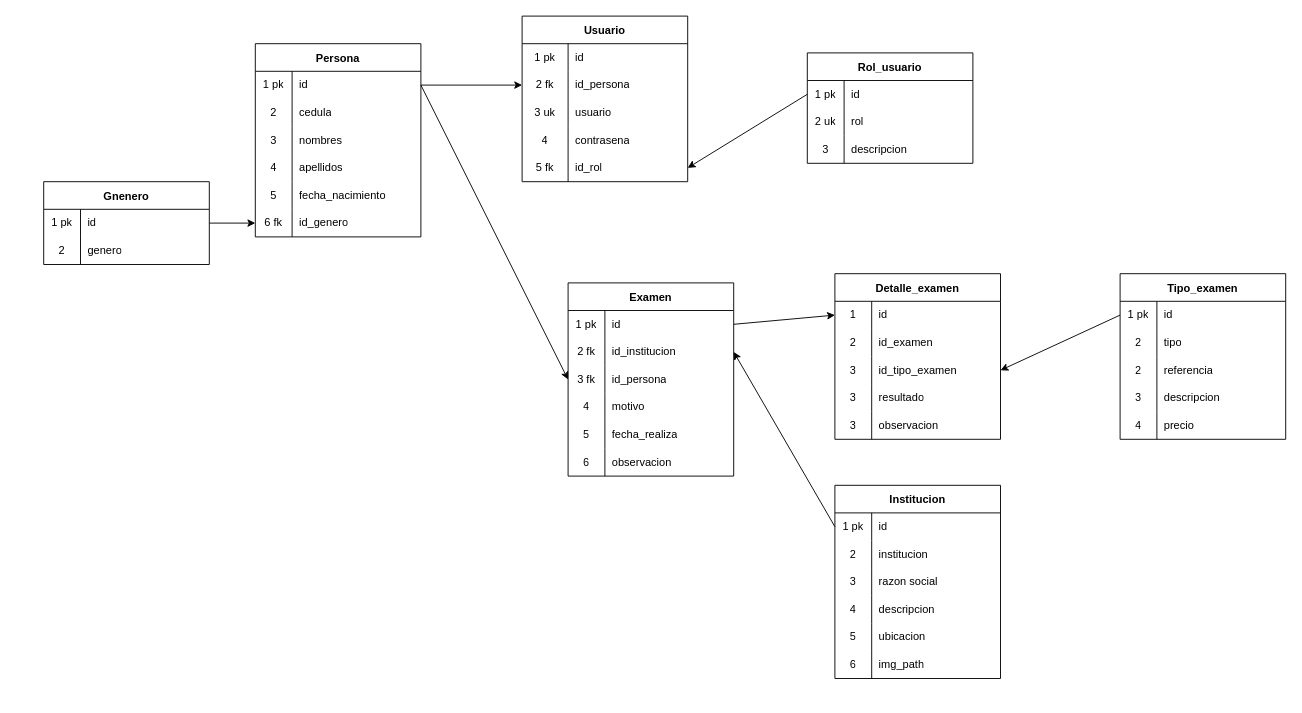
Earlier version of the draw.io diagram diagrama_basedatos.drawio (leninrkb/proyecto-web-resultados-medicos). Source tidied: cells renumbered, new cells numbered last; positions are measured from the earlier drawing's top-left corner, leaving out a move shared by most shapes. Both pictures are drawn from the tidied source at 92%, with x=0, y=0 at pixel (43, 16).
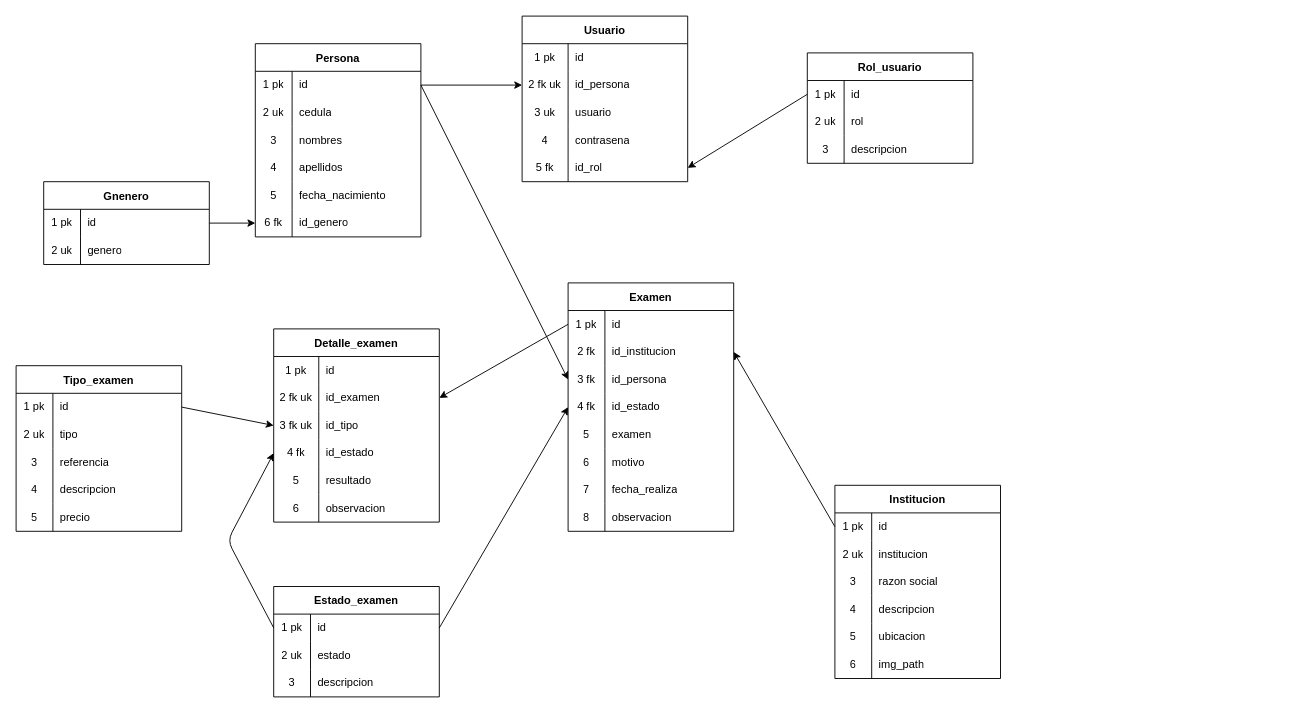
The same diagram, later.

Commit message (it also covers changes not shown here):
agrego tablas

The change refers to these unchanged cells:
```xml
<mxCell id="6" style="shape=tableRow;horizontal=0;startSize=0;swimlaneHead=0;swimlaneBody=0;top=0;left=0;bottom=0;right=0;fillColor=none;" parent="2" vertex="1">
  <mxGeometry y="60" width="180" height="30" as="geometry" />
</mxCell>
<mxCell id="25" style="shape=tableRow;horizontal=0;startSize=0;swimlaneHead=0;swimlaneBody=0;top=0;left=0;bottom=0;right=0;fillColor=none;points=[[0,0.5],[1,0.5]];portConstraint=eastwest;" parent="21" vertex="1">
  <mxGeometry y="60" width="180" height="30" as="geometry" />
</mxCell>
<mxCell id="42" style="shape=tableRow;horizontal=0;startSize=0;swimlaneHead=0;swimlaneBody=0;top=0;left=0;bottom=0;right=0;fillColor=none;" parent="38" vertex="1">
  <mxGeometry y="60" width="180" height="30" as="geometry" />
</mxCell>
<mxCell id="50" style="shape=tableRow;horizontal=0;startSize=0;swimlaneHead=0;swimlaneBody=0;top=0;left=0;bottom=0;right=0;fillColor=none;" parent="46" vertex="1">
  <mxGeometry y="60" width="180" height="30" as="geometry" />
</mxCell>
<mxCell id="66" style="shape=tableRow;horizontal=0;startSize=0;swimlaneHead=0;swimlaneBody=0;top=0;left=0;bottom=0;right=0;fillColor=none;points=[[0,0.5],[1,0.5]];portConstraint=eastwest;" parent="65" vertex="1">
  <mxGeometry y="30" width="180" height="30" as="geometry" />
</mxCell>
<mxCell id="87" style="shape=tableRow;horizontal=0;startSize=0;swimlaneHead=0;swimlaneBody=0;top=0;left=0;bottom=0;right=0;fillColor=none;points=[[0,0.5],[1,0.5]];portConstraint=eastwest;" parent="86" vertex="1">
  <mxGeometry y="30" width="180" height="30" as="geometry" />
</mxCell>
<mxCell id="90" style="shape=tableRow;horizontal=0;startSize=0;swimlaneHead=0;swimlaneBody=0;top=0;left=0;bottom=0;right=0;fillColor=none;points=[[0,0.5],[1,0.5]];portConstraint=eastwest;" parent="86" vertex="1">
  <mxGeometry y="60" width="180" height="30" as="geometry" />
</mxCell>
<mxCell id="93" style="shape=tableRow;horizontal=0;startSize=0;swimlaneHead=0;swimlaneBody=0;top=0;left=0;bottom=0;right=0;fillColor=none;points=[[0,0.5],[1,0.5]];portConstraint=eastwest;" parent="86" vertex="1">
  <mxGeometry y="90" width="180" height="30" as="geometry" />
</mxCell>
<mxCell id="103" style="shape=tableRow;horizontal=0;startSize=0;swimlaneHead=0;swimlaneBody=0;top=0;left=0;bottom=0;right=0;fillColor=none;points=[[0,0.5],[1,0.5]];portConstraint=eastwest;" parent="102" vertex="1">
  <mxGeometry y="30" width="180" height="30" as="geometry" />
</mxCell>
<mxCell id="106" style="shape=tableRow;horizontal=0;startSize=0;swimlaneHead=0;swimlaneBody=0;top=0;left=0;bottom=0;right=0;fillColor=none;" parent="102" vertex="1">
  <mxGeometry y="60" width="180" height="30" as="geometry" />
</mxCell>
<mxCell id="109" style="shape=tableRow;horizontal=0;startSize=0;swimlaneHead=0;swimlaneBody=0;top=0;left=0;bottom=0;right=0;fillColor=none;" parent="102" vertex="1">
  <mxGeometry y="90" width="180" height="30" as="geometry" />
</mxCell>
<mxCell id="112" style="shape=tableRow;horizontal=0;startSize=0;swimlaneHead=0;swimlaneBody=0;top=0;left=0;bottom=0;right=0;fillColor=none;" parent="102" vertex="1">
  <mxGeometry y="120" width="180" height="30" as="geometry" />
</mxCell>
<mxCell id="115" style="shape=tableRow;horizontal=0;startSize=0;swimlaneHead=0;swimlaneBody=0;top=0;left=0;bottom=0;right=0;fillColor=none;" parent="102" vertex="1">
  <mxGeometry y="150" width="180" height="30" as="geometry" />
</mxCell>
```

What changed in the source:
```diff
@@
-    <mxCell id="7" value="2" style="shape=partialRectangle;html=1;whiteSpace=wrap;fillColor=none;top=0;left=0;bottom=0;right=0;overflow=hidden;" parent="6" vertex="1">
+    <mxCell id="7" value="2 uk" style="shape=partialRectangle;html=1;whiteSpace=wrap;fillColor=none;top=0;left=0;bottom=0;right=0;overflow=hidden;" parent="6" vertex="1">
       <mxGeometry width="40" height="30" as="geometry" />
     </mxCell>
@@
-    <mxCell id="26" value="2 fk" style="shape=partialRectangle;html=1;whiteSpace=wrap;fillColor=none;top=0;left=0;bottom=0;right=0;overflow=hidden;" parent="25" vertex="1">
+    <mxCell id="26" value="2 fk uk" style="shape=partialRectangle;html=1;whiteSpace=wrap;fillColor=none;top=0;left=0;bottom=0;right=0;overflow=hidden;" parent="25" vertex="1">
       <mxGeometry width="50" height="30" as="geometry" />
     </mxCell>
@@
-    <mxCell id="43" value="2" style="shape=partialRectangle;html=1;whiteSpace=wrap;fillColor=none;top=0;left=0;bottom=0;right=0;overflow=hidden;" parent="42" vertex="1">
+    <mxCell id="43" value="2 uk" style="shape=partialRectangle;html=1;whiteSpace=wrap;fillColor=none;top=0;left=0;bottom=0;right=0;overflow=hidden;" parent="42" vertex="1">
       <mxGeometry width="40" height="30" as="geometry" />
     </mxCell>
@@
-    <mxCell id="51" value="2" style="shape=partialRectangle;html=1;whiteSpace=wrap;fillColor=none;top=0;left=0;bottom=0;right=0;overflow=hidden;" parent="50" vertex="1">
+    <mxCell id="51" value="2 uk" style="shape=partialRectangle;html=1;whiteSpace=wrap;fillColor=none;top=0;left=0;bottom=0;right=0;overflow=hidden;" parent="50" vertex="1">
       <mxGeometry width="40" height="30" as="geometry" />
     </mxCell>
@@
     <mxCell id="65" value="Examen" style="shape=table;startSize=30;childLayout=tableLayout;rowLines=0;fontStyle=1;" parent="1" vertex="1">
-      <mxGeometry x="570" y="290" width="180" height="210" as="geometry" />
+      <mxGeometry x="570" y="290" width="180" height="270" as="geometry" />
     </mxCell>
@@
+    <mxCell id="131" style="shape=tableRow;horizontal=0;startSize=0;swimlaneHead=0;swimlaneBody=0;top=0;left=0;bottom=0;right=0;fillColor=none;points=[[0,0.5],[1,0.5]];portConstraint=eastwest;" parent="65" vertex="1">
+      <mxGeometry y="120" width="180" height="30" as="geometry" />
+    </mxCell>
+    <mxCell id="132" value="4 fk" style="shape=partialRectangle;html=1;whiteSpace=wrap;fillColor=none;top=0;left=0;bottom=0;right=0;overflow=hidden;" parent="131" vertex="1">
+      <mxGeometry width="40" height="30" as="geometry" />
+    </mxCell>
+    <mxCell id="133" value="id_estado" style="shape=partialRectangle;html=1;whiteSpace=wrap;fillColor=none;top=0;left=0;bottom=0;right=0;align=left;spacingLeft=6;overflow=hidden;" parent="131" vertex="1">
+      <mxGeometry x="40" width="140" height="30" as="geometry" />
+    </mxCell>
+    <mxCell id="134" style="shape=tableRow;horizontal=0;startSize=0;swimlaneHead=0;swimlaneBody=0;top=0;left=0;bottom=0;right=0;fillColor=none;" parent="65" vertex="1">
+      <mxGeometry y="150" width="180" height="30" as="geometry" />
+    </mxCell>
+    <mxCell id="135" value="5" style="shape=partialRectangle;html=1;whiteSpace=wrap;fillColor=none;top=0;left=0;bottom=0;right=0;overflow=hidden;" parent="134" vertex="1">
+      <mxGeometry width="40" height="30" as="geometry" />
+    </mxCell>
+    <mxCell id="136" value="examen" style="shape=partialRectangle;html=1;whiteSpace=wrap;fillColor=none;top=0;left=0;bottom=0;right=0;align=left;spacingLeft=6;overflow=hidden;" parent="134" vertex="1">
+      <mxGeometry x="40" width="140" height="30" as="geometry" />
+    </mxCell>
     <mxCell id="75" style="shape=tableRow;horizontal=0;startSize=0;swimlaneHead=0;swimlaneBody=0;top=0;left=0;bottom=0;right=0;fillColor=none;" parent="65" vertex="1">
-      <mxGeometry y="120" width="180" height="30" as="geometry" />
+      <mxGeometry y="180" width="180" height="30" as="geometry" />
     </mxCell>
-    <mxCell id="76" value="4" style="shape=partialRectangle;html=1;whiteSpace=wrap;fillColor=none;top=0;left=0;bottom=0;right=0;overflow=hidden;" parent="75" vertex="1">
+    <mxCell id="76" value="6" style="shape=partialRectangle;html=1;whiteSpace=wrap;fillColor=none;top=0;left=0;bottom=0;right=0;overflow=hidden;" parent="75" vertex="1">
       <mxGeometry width="40" height="30" as="geometry" />
     </mxCell>
@@
     <mxCell id="78" style="shape=tableRow;horizontal=0;startSize=0;swimlaneHead=0;swimlaneBody=0;top=0;left=0;bottom=0;right=0;fillColor=none;" parent="65" vertex="1">
-      <mxGeometry y="150" width="180" height="30" as="geometry" />
+      <mxGeometry y="210" width="180" height="30" as="geometry" />
     </mxCell>
-    <mxCell id="79" value="5" style="shape=partialRectangle;html=1;whiteSpace=wrap;fillColor=none;top=0;left=0;bottom=0;right=0;overflow=hidden;" parent="78" vertex="1">
+    <mxCell id="79" value="7" style="shape=partialRectangle;html=1;whiteSpace=wrap;fillColor=none;top=0;left=0;bottom=0;right=0;overflow=hidden;" parent="78" vertex="1">
       <mxGeometry width="40" height="30" as="geometry" />
     </mxCell>
@@
     <mxCell id="81" style="shape=tableRow;horizontal=0;startSize=0;swimlaneHead=0;swimlaneBody=0;top=0;left=0;bottom=0;right=0;fillColor=none;" parent="65" vertex="1">
-      <mxGeometry y="180" width="180" height="30" as="geometry" />
+      <mxGeometry y="240" width="180" height="30" as="geometry" />
     </mxCell>
-    <mxCell id="82" value="6" style="shape=partialRectangle;html=1;whiteSpace=wrap;fillColor=none;top=0;left=0;bottom=0;right=0;overflow=hidden;" parent="81" vertex="1">
+    <mxCell id="82" value="8" style="shape=partialRectangle;html=1;whiteSpace=wrap;fillColor=none;top=0;left=0;bottom=0;right=0;overflow=hidden;" parent="81" vertex="1">
       <mxGeometry width="40" height="30" as="geometry" />
     </mxCell>
@@
     <mxCell id="86" value="Detalle_examen" style="shape=table;startSize=30;childLayout=tableLayout;rowLines=0;fontStyle=1;" parent="1" vertex="1">
-      <mxGeometry x="860" y="280" width="180" height="180" as="geometry" />
+      <mxGeometry x="250" y="340" width="180" height="210" as="geometry" />
     </mxCell>
@@
-    <mxCell id="88" value="1" style="shape=partialRectangle;html=1;whiteSpace=wrap;fillColor=none;top=0;left=0;bottom=0;right=0;overflow=hidden;" parent="87" vertex="1">
-      <mxGeometry width="40" height="30" as="geometry" />
+    <mxCell id="88" value="1 pk" style="shape=partialRectangle;html=1;whiteSpace=wrap;fillColor=none;top=0;left=0;bottom=0;right=0;overflow=hidden;" parent="87" vertex="1">
+      <mxGeometry width="49" height="30" as="geometry" />
     </mxCell>
     <mxCell id="89" value="id" style="shape=partialRectangle;html=1;whiteSpace=wrap;fillColor=none;top=0;left=0;bottom=0;right=0;align=left;spacingLeft=6;overflow=hidden;" parent="87" vertex="1">
-      <mxGeometry x="40" width="140" height="30" as="geometry" />
+      <mxGeometry x="49" width="131" height="30" as="geometry" />
     </mxCell>
@@
-    <mxCell id="91" value="2" style="shape=partialRectangle;html=1;whiteSpace=wrap;fillColor=none;top=0;left=0;bottom=0;right=0;overflow=hidden;" parent="90" vertex="1">
-      <mxGeometry width="40" height="30" as="geometry" />
+    <mxCell id="91" value="2 fk uk" style="shape=partialRectangle;html=1;whiteSpace=wrap;fillColor=none;top=0;left=0;bottom=0;right=0;overflow=hidden;" parent="90" vertex="1">
+      <mxGeometry width="49" height="30" as="geometry" />
     </mxCell>
     <mxCell id="92" value="id_examen" style="shape=partialRectangle;html=1;whiteSpace=wrap;fillColor=none;top=0;left=0;bottom=0;right=0;align=left;spacingLeft=6;overflow=hidden;" parent="90" vertex="1">
-      <mxGeometry x="40" width="140" height="30" as="geometry" />
+      <mxGeometry x="49" width="131" height="30" as="geometry" />
     </mxCell>
@@
-    <mxCell id="94" value="3" style="shape=partialRectangle;html=1;whiteSpace=wrap;fillColor=none;top=0;left=0;bottom=0;right=0;overflow=hidden;" parent="93" vertex="1">
-      <mxGeometry width="40" height="30" as="geometry" />
+    <mxCell id="94" value="3 fk uk" style="shape=partialRectangle;html=1;whiteSpace=wrap;fillColor=none;top=0;left=0;bottom=0;right=0;overflow=hidden;" parent="93" vertex="1">
+      <mxGeometry width="49" height="30" as="geometry" />
     </mxCell>
-    <mxCell id="95" value="id_tipo_examen" style="shape=partialRectangle;html=1;whiteSpace=wrap;fillColor=none;top=0;left=0;bottom=0;right=0;align=left;spacingLeft=6;overflow=hidden;" parent="93" vertex="1">
-      <mxGeometry x="40" width="140" height="30" as="geometry" />
+    <mxCell id="95" value="id_tipo" style="shape=partialRectangle;html=1;whiteSpace=wrap;fillColor=none;top=0;left=0;bottom=0;right=0;align=left;spacingLeft=6;overflow=hidden;" parent="93" vertex="1">
+      <mxGeometry x="49" width="131" height="30" as="geometry" />
     </mxCell>
+    <mxCell id="137" style="shape=tableRow;horizontal=0;startSize=0;swimlaneHead=0;swimlaneBody=0;top=0;left=0;bottom=0;right=0;fillColor=none;points=[[0,0.5],[1,0.5]];portConstraint=eastwest;" parent="86" vertex="1">
+      <mxGeometry y="120" width="180" height="30" as="geometry" />
+    </mxCell>
+    <mxCell id="138" value="4 fk" style="shape=partialRectangle;html=1;whiteSpace=wrap;fillColor=none;top=0;left=0;bottom=0;right=0;overflow=hidden;" parent="137" vertex="1">
+      <mxGeometry width="49" height="30" as="geometry" />
+    </mxCell>
+    <mxCell id="139" value="id_estado" style="shape=partialRectangle;html=1;whiteSpace=wrap;fillColor=none;top=0;left=0;bottom=0;right=0;align=left;spacingLeft=6;overflow=hidden;" parent="137" vertex="1">
+      <mxGeometry x="49" width="131" height="30" as="geometry" />
+    </mxCell>
     <mxCell id="96" style="shape=tableRow;horizontal=0;startSize=0;swimlaneHead=0;swimlaneBody=0;top=0;left=0;bottom=0;right=0;fillColor=none;" parent="86" vertex="1">
-      <mxGeometry y="120" width="180" height="30" as="geometry" />
+      <mxGeometry y="150" width="180" height="30" as="geometry" />
     </mxCell>
-    <mxCell id="97" value="3" style="shape=partialRectangle;html=1;whiteSpace=wrap;fillColor=none;top=0;left=0;bottom=0;right=0;overflow=hidden;" parent="96" vertex="1">
-      <mxGeometry width="40" height="30" as="geometry" />
+    <mxCell id="97" value="5" style="shape=partialRectangle;html=1;whiteSpace=wrap;fillColor=none;top=0;left=0;bottom=0;right=0;overflow=hidden;" parent="96" vertex="1">
+      <mxGeometry width="49" height="30" as="geometry" />
     </mxCell>
     <mxCell id="98" value="resultado" style="shape=partialRectangle;html=1;whiteSpace=wrap;fillColor=none;top=0;left=0;bottom=0;right=0;align=left;spacingLeft=6;overflow=hidden;" parent="96" vertex="1">
-      <mxGeometry x="40" width="140" height="30" as="geometry" />
+      <mxGeometry x="49" width="131" height="30" as="geometry" />
     </mxCell>
     <mxCell id="99" style="shape=tableRow;horizontal=0;startSize=0;swimlaneHead=0;swimlaneBody=0;top=0;left=0;bottom=0;right=0;fillColor=none;" parent="86" vertex="1">
-      <mxGeometry y="150" width="180" height="30" as="geometry" />
+      <mxGeometry y="180" width="180" height="30" as="geometry" />
     </mxCell>
-    <mxCell id="100" value="3" style="shape=partialRectangle;html=1;whiteSpace=wrap;fillColor=none;top=0;left=0;bottom=0;right=0;overflow=hidden;" parent="99" vertex="1">
-      <mxGeometry width="40" height="30" as="geometry" />
+    <mxCell id="100" value="6" style="shape=partialRectangle;html=1;whiteSpace=wrap;fillColor=none;top=0;left=0;bottom=0;right=0;overflow=hidden;" parent="99" vertex="1">
+      <mxGeometry width="49" height="30" as="geometry" />
     </mxCell>
     <mxCell id="101" value="observacion" style="shape=partialRectangle;html=1;whiteSpace=wrap;fillColor=none;top=0;left=0;bottom=0;right=0;align=left;spacingLeft=6;overflow=hidden;" parent="99" vertex="1">
-      <mxGeometry x="40" width="140" height="30" as="geometry" />
+      <mxGeometry x="49" width="131" height="30" as="geometry" />
     </mxCell>
     <mxCell id="102" value="Tipo_examen" style="shape=table;startSize=30;childLayout=tableLayout;rowLines=0;fontStyle=1;" parent="1" vertex="1">
-      <mxGeometry x="1170" y="280" width="180" height="180" as="geometry" />
+      <mxGeometry x="-30" y="380" width="180" height="180" as="geometry" />
     </mxCell>
@@
-    <mxCell id="107" value="2" style="shape=partialRectangle;html=1;whiteSpace=wrap;fillColor=none;top=0;left=0;bottom=0;right=0;overflow=hidden;" parent="106" vertex="1">
+    <mxCell id="107" value="2 uk" style="shape=partialRectangle;html=1;whiteSpace=wrap;fillColor=none;top=0;left=0;bottom=0;right=0;overflow=hidden;" parent="106" vertex="1">
       <mxGeometry width="40" height="30" as="geometry" />
     </mxCell>
@@
-    <mxCell id="110" value="2" style="shape=partialRectangle;html=1;whiteSpace=wrap;fillColor=none;top=0;left=0;bottom=0;right=0;overflow=hidden;" parent="109" vertex="1">
+    <mxCell id="110" value="3" style="shape=partialRectangle;html=1;whiteSpace=wrap;fillColor=none;top=0;left=0;bottom=0;right=0;overflow=hidden;" parent="109" vertex="1">
       <mxGeometry width="40" height="30" as="geometry" />
     </mxCell>
@@
-    <mxCell id="113" value="3" style="shape=partialRectangle;html=1;whiteSpace=wrap;fillColor=none;top=0;left=0;bottom=0;right=0;overflow=hidden;" parent="112" vertex="1">
+    <mxCell id="113" value="4" style="shape=partialRectangle;html=1;whiteSpace=wrap;fillColor=none;top=0;left=0;bottom=0;right=0;overflow=hidden;" parent="112" vertex="1">
       <mxGeometry width="40" height="30" as="geometry" />
     </mxCell>
@@
-    <mxCell id="116" value="4" style="shape=partialRectangle;html=1;whiteSpace=wrap;fillColor=none;top=0;left=0;bottom=0;right=0;overflow=hidden;" parent="115" vertex="1">
+    <mxCell id="116" value="5" style="shape=partialRectangle;html=1;whiteSpace=wrap;fillColor=none;top=0;left=0;bottom=0;right=0;overflow=hidden;" parent="115" vertex="1">
       <mxGeometry width="40" height="30" as="geometry" />
     </mxCell>
@@
-    <mxCell id="118" style="edgeStyle=none;html=1;exitX=0;exitY=0.5;exitDx=0;exitDy=0;entryX=1;entryY=0.5;entryDx=0;entryDy=0;" parent="1" edge="1" source="103" target="93">
-      <mxGeometry relative="1" as="geometry" />
-    </mxCell>
-    <mxCell id="119" style="edgeStyle=none;html=1;exitX=1;exitY=0.5;exitDx=0;exitDy=0;entryX=0;entryY=0.5;entryDx=0;entryDy=0;" parent="1" edge="1" source="66" target="87">
-      <mxGeometry relative="1" as="geometry" />
-    </mxCell>
@@
+    <mxCell id="140" value="Estado_examen" style="shape=table;startSize=30;childLayout=tableLayout;rowLines=0;fontStyle=1;" parent="1" vertex="1">
+      <mxGeometry x="250" y="620" width="180" height="120" as="geometry" />
+    </mxCell>
+    <mxCell id="141" style="shape=tableRow;horizontal=0;startSize=0;swimlaneHead=0;swimlaneBody=0;top=0;left=0;bottom=0;right=0;fillColor=none;points=[[0,0.5],[1,0.5]];portConstraint=eastwest;" parent="140" vertex="1">
+      <mxGeometry y="30" width="180" height="30" as="geometry" />
+    </mxCell>
+    <mxCell id="142" value="1 pk" style="shape=partialRectangle;html=1;whiteSpace=wrap;fillColor=none;top=0;left=0;bottom=0;right=0;overflow=hidden;" parent="141" vertex="1">
+      <mxGeometry width="40" height="30" as="geometry" />
+    </mxCell>
+    <mxCell id="143" value="id" style="shape=partialRectangle;html=1;whiteSpace=wrap;fillColor=none;top=0;left=0;bottom=0;right=0;align=left;spacingLeft=6;overflow=hidden;" parent="141" vertex="1">
+      <mxGeometry x="40" width="140" height="30" as="geometry" />
+    </mxCell>
+    <mxCell id="144" style="shape=tableRow;horizontal=0;startSize=0;swimlaneHead=0;swimlaneBody=0;top=0;left=0;bottom=0;right=0;fillColor=none;" parent="140" vertex="1">
+      <mxGeometry y="60" width="180" height="30" as="geometry" />
+    </mxCell>
+    <mxCell id="145" value="2 uk" style="shape=partialRectangle;html=1;whiteSpace=wrap;fillColor=none;top=0;left=0;bottom=0;right=0;overflow=hidden;" parent="144" vertex="1">
+      <mxGeometry width="40" height="30" as="geometry" />
+    </mxCell>
+    <mxCell id="146" value="estado" style="shape=partialRectangle;html=1;whiteSpace=wrap;fillColor=none;top=0;left=0;bottom=0;right=0;align=left;spacingLeft=6;overflow=hidden;" parent="144" vertex="1">
+      <mxGeometry x="40" width="140" height="30" as="geometry" />
+    </mxCell>
+    <mxCell id="147" style="shape=tableRow;horizontal=0;startSize=0;swimlaneHead=0;swimlaneBody=0;top=0;left=0;bottom=0;right=0;fillColor=none;" parent="140" vertex="1">
+      <mxGeometry y="90" width="180" height="30" as="geometry" />
+    </mxCell>
+    <mxCell id="148" value="3" style="shape=partialRectangle;html=1;whiteSpace=wrap;fillColor=none;top=0;left=0;bottom=0;right=0;overflow=hidden;" parent="147" vertex="1">
+      <mxGeometry width="40" height="30" as="geometry" />
+    </mxCell>
+    <mxCell id="149" value="descripcion" style="shape=partialRectangle;html=1;whiteSpace=wrap;fillColor=none;top=0;left=0;bottom=0;right=0;align=left;spacingLeft=6;overflow=hidden;" parent="147" vertex="1">
+      <mxGeometry x="40" width="140" height="30" as="geometry" />
+    </mxCell>
+    <mxCell id="150" style="edgeStyle=none;html=1;exitX=1;exitY=0.5;exitDx=0;exitDy=0;entryX=0;entryY=0.5;entryDx=0;entryDy=0;" parent="1" edge="1" source="141" target="131">
+      <mxGeometry relative="1" as="geometry" />
+    </mxCell>
+    <mxCell id="151" style="edgeStyle=none;html=1;exitX=0;exitY=0.5;exitDx=0;exitDy=0;entryX=1;entryY=0.5;entryDx=0;entryDy=0;" parent="1" edge="1" source="66" target="90">
+      <mxGeometry relative="1" as="geometry" />
+    </mxCell>
+    <mxCell id="118" style="edgeStyle=none;html=1;exitX=1;exitY=0.5;exitDx=0;exitDy=0;entryX=0;entryY=0.5;entryDx=0;entryDy=0;" parent="1" edge="1" source="103" target="93">
+      <mxGeometry relative="1" as="geometry" />
+    </mxCell>
+    <mxCell id="152" style="edgeStyle=none;html=1;exitX=0;exitY=0.5;exitDx=0;exitDy=0;entryX=0;entryY=0.5;entryDx=0;entryDy=0;" parent="1" edge="1" source="141" target="137">
+      <mxGeometry relative="1" as="geometry">
+        <Array as="points">
+          <mxPoint x="200" y="570" />
+        </Array>
+      </mxGeometry>
+    </mxCell>
```
